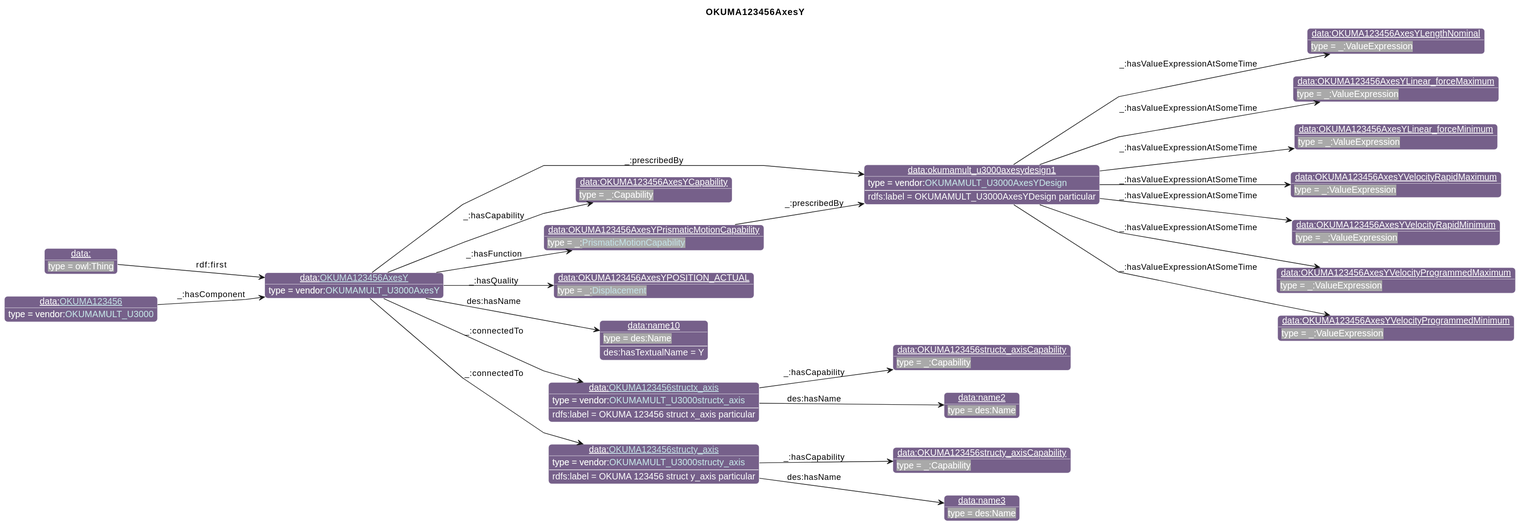
iofoundry/example-syseng-mtconnect keeps this PlantUML diagram as diagrams/OKUMA123456AxesY.svg. Above is the earlier version.
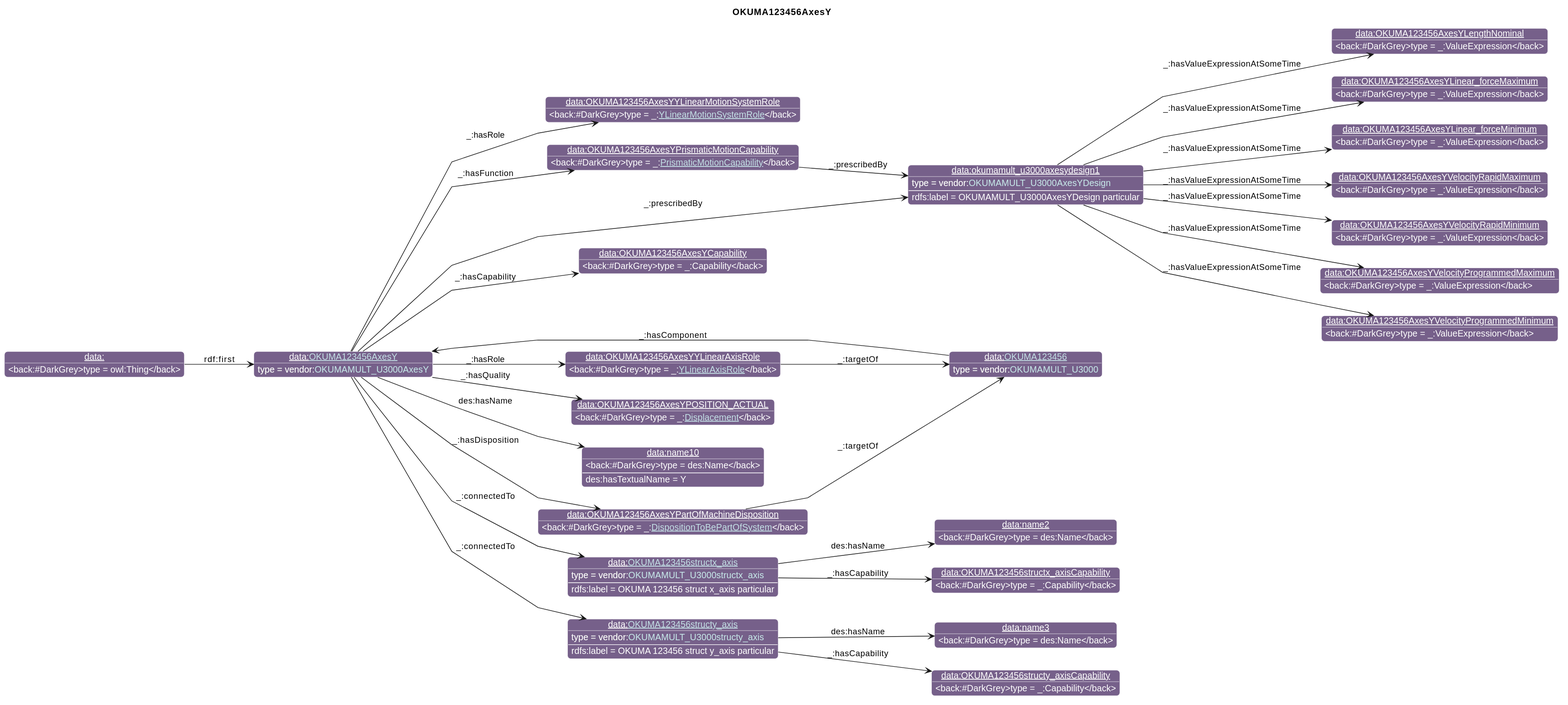
After the change.

Change to the diagram source:
```diff
@@ -26,49 +26,57 @@
                       "qp":"641B2E"
       }
 individual(o0, data:[[./OKUMA123456AxesY.html OKUMA123456AxesY]], vendor:[[../OKUMA.html#OKUMAMULT_U3000AxesY OKUMAMULT_U3000AxesY]])
-individual(o1, data:okumamult_u3000axesydesign1, vendor:[[../OKUMA.html#OKUMAMULT_U3000AxesYDesign OKUMAMULT_U3000AxesYDesign]])
-individual(o2, data:OKUMA123456AxesYLengthNominal, _:ValueExpression)
-individual(o3, data:OKUMA123456AxesYLinear_forceMaximum, _:ValueExpression)
-individual(o4, data:OKUMA123456AxesYLinear_forceMinimum, _:ValueExpression)
-individual(o5, data:OKUMA123456AxesYVelocityRapidMaximum, _:ValueExpression)
-individual(o6, data:OKUMA123456AxesYVelocityRapidMinimum, _:ValueExpression)
-individual(o7, data:OKUMA123456AxesYVelocityProgrammedMaximum, _:ValueExpression)
-individual(o8, data:OKUMA123456AxesYVelocityProgrammedMinimum, _:ValueExpression)
-individual(o9, data:OKUMA123456AxesYCapability, _:Capability)
-individual(o10, data:OKUMA123456AxesYPrismaticMotionCapability, _:[[../MTConnect.html#PrismaticMotionCapability PrismaticMotionCapability]])
-individual(o11, data:OKUMA123456AxesYPOSITION_ACTUAL, _:[[../MTConnect.html#Displacement Displacement]])
-individual(o12, data:name10, des:Name)
-individual(o13, data:[[./OKUMA123456structx_axis.html OKUMA123456structx_axis]], vendor:[[../OKUMA.html#OKUMAMULT_U3000structx_axis OKUMAMULT_U3000structx_axis]])
-individual(o14, data:OKUMA123456structx_axisCapability, _:Capability)
-individual(o15, data:name2, des:Name)
-individual(o16, data:[[./OKUMA123456structy_axis.html OKUMA123456structy_axis]], vendor:[[../OKUMA.html#OKUMAMULT_U3000structy_axis OKUMAMULT_U3000structy_axis]])
-individual(o17, data:OKUMA123456structy_axisCapability, _:Capability)
-individual(o18, data:name3, des:Name)
-individual(o19, data:, owl:Thing)
-individual(o20, data:[[./OKUMA123456.html OKUMA123456]], vendor:[[../OKUMA.html#OKUMAMULT_U3000 OKUMAMULT_U3000]])
-property(o0, "_:prescribedBy", o1)
-data(o1, "rdfs:label", "OKUMAMULT_U3000AxesYDesign particular")
-property(o1, "_:hasValueExpressionAtSomeTime", o2)
-property(o1, "_:hasValueExpressionAtSomeTime", o3)
-property(o1, "_:hasValueExpressionAtSomeTime", o4)
-property(o1, "_:hasValueExpressionAtSomeTime", o5)
-property(o1, "_:hasValueExpressionAtSomeTime", o6)
-property(o1, "_:hasValueExpressionAtSomeTime", o7)
-property(o1, "_:hasValueExpressionAtSomeTime", o8)
-property(o0, "_:hasCapability", o9)
-property(o0, "_:hasFunction", o10)
-property(o10, "_:prescribedBy", o1)
-property(o0, "_:hasQuality", o11)
-property(o0, "des:hasName", o12)
-data(o12, "des:hasTextualName", "Y")
-property(o0, "_:connectedTo", o13)
-data(o13, "rdfs:label", "OKUMA 123456 struct x_axis particular")
-property(o13, "_:hasCapability", o14)
-property(o13, "des:hasName", o15)
-property(o0, "_:connectedTo", o16)
-data(o16, "rdfs:label", "OKUMA 123456 struct y_axis particular")
-property(o16, "_:hasCapability", o17)
-property(o16, "des:hasName", o18)
-property(o19, "rdf:first", o0)
-property(o20, "_:hasComponent", o0)
+individual(o1, data:OKUMA123456AxesYYLinearMotionSystemRole, _:[[../MTConnect.html#YLinearMotionSystemRole YLinearMotionSystemRole]])
+individual(o2, data:OKUMA123456AxesYYLinearAxisRole, _:[[../MTConnect.html#YLinearAxisRole YLinearAxisRole]])
+individual(o3, data:[[./OKUMA123456.html OKUMA123456]], vendor:[[../OKUMA.html#OKUMAMULT_U3000 OKUMAMULT_U3000]])
+individual(o4, data:okumamult_u3000axesydesign1, vendor:[[../OKUMA.html#OKUMAMULT_U3000AxesYDesign OKUMAMULT_U3000AxesYDesign]])
+individual(o5, data:OKUMA123456AxesYLengthNominal, _:ValueExpression)
+individual(o6, data:OKUMA123456AxesYLinear_forceMaximum, _:ValueExpression)
+individual(o7, data:OKUMA123456AxesYLinear_forceMinimum, _:ValueExpression)
+individual(o8, data:OKUMA123456AxesYVelocityRapidMaximum, _:ValueExpression)
+individual(o9, data:OKUMA123456AxesYVelocityRapidMinimum, _:ValueExpression)
+individual(o10, data:OKUMA123456AxesYVelocityProgrammedMaximum, _:ValueExpression)
+individual(o11, data:OKUMA123456AxesYVelocityProgrammedMinimum, _:ValueExpression)
+individual(o12, data:OKUMA123456AxesYCapability, _:Capability)
+individual(o13, data:OKUMA123456AxesYPrismaticMotionCapability, _:[[../MTConnect.html#PrismaticMotionCapability PrismaticMotionCapability]])
+individual(o14, data:OKUMA123456AxesYPartOfMachineDisposition, _:[[../MTConnect.html#DispositionToBePartOfSystem DispositionToBePartOfSystem]])
+individual(o15, data:OKUMA123456AxesYPOSITION_ACTUAL, _:[[../MTConnect.html#Displacement Displacement]])
+individual(o16, data:name10, des:Name)
+individual(o17, data:[[./OKUMA123456structx_axis.html OKUMA123456structx_axis]], vendor:[[../OKUMA.html#OKUMAMULT_U3000structx_axis OKUMAMULT_U3000structx_axis]])
+individual(o18, data:OKUMA123456structx_axisCapability, _:Capability)
+individual(o19, data:name2, des:Name)
+individual(o20, data:[[./OKUMA123456structy_axis.html OKUMA123456structy_axis]], vendor:[[../OKUMA.html#OKUMAMULT_U3000structy_axis OKUMAMULT_U3000structy_axis]])
+individual(o21, data:OKUMA123456structy_axisCapability, _:Capability)
+individual(o22, data:name3, des:Name)
+individual(o23, data:, owl:Thing)
+property(o0, "_:hasRole", o1)
+property(o0, "_:hasRole", o2)
+property(o2, "_:targetOf", o3)
+property(o0, "_:prescribedBy", o4)
+data(o4, "rdfs:label", "OKUMAMULT_U3000AxesYDesign particular")
+property(o4, "_:hasValueExpressionAtSomeTime", o5)
+property(o4, "_:hasValueExpressionAtSomeTime", o6)
+property(o4, "_:hasValueExpressionAtSomeTime", o7)
+property(o4, "_:hasValueExpressionAtSomeTime", o8)
+property(o4, "_:hasValueExpressionAtSomeTime", o9)
+property(o4, "_:hasValueExpressionAtSomeTime", o10)
+property(o4, "_:hasValueExpressionAtSomeTime", o11)
+property(o0, "_:hasCapability", o12)
+property(o0, "_:hasFunction", o13)
+property(o13, "_:prescribedBy", o4)
+property(o0, "_:hasDisposition", o14)
+property(o14, "_:targetOf", o3)
+property(o0, "_:hasQuality", o15)
+property(o0, "des:hasName", o16)
+data(o16, "des:hasTextualName", "Y")
+property(o0, "_:connectedTo", o17)
+data(o17, "rdfs:label", "OKUMA 123456 struct x_axis particular")
+property(o17, "_:hasCapability", o18)
+property(o17, "des:hasName", o19)
+property(o0, "_:connectedTo", o20)
+data(o20, "rdfs:label", "OKUMA 123456 struct y_axis particular")
+property(o20, "_:hasCapability", o21)
+property(o20, "des:hasName", o22)
+property(o23, "rdf:first", o0)
+property(o3, "_:hasComponent", o0)
 @enduml
```
